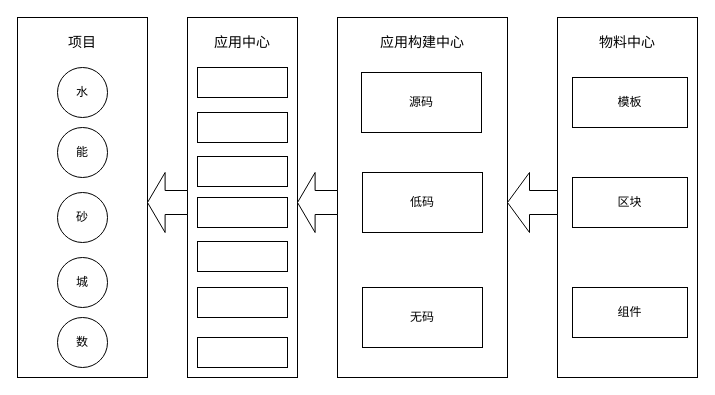
Earlier version of the draw.io diagram 低代码——搭建示意图.drawio (tangyaosimida/love). Source tidied: cells renumbered, new cells numbered last; positions are measured from the earlier drawing's top-left corner, leaving out a move shared by most shapes. Both pictures are drawn from the tidied source at 100%, with x=0, y=0 at pixel (17, 17).
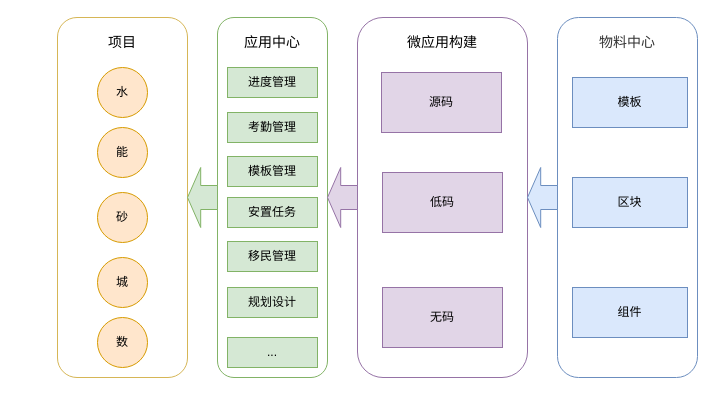
The same page after the edit.

Commit message (it also covers changes not shown here):
更新低代码——搭建示意图.drawio

Diff of the diagram source:
```diff
@@
-    <mxCell id="2" style="rounded=0;whiteSpace=wrap;html=1;" parent="1" vertex="1">
+    <mxCell id="2" style="rounded=1;whiteSpace=wrap;html=1;fillColor=none;strokeColor=#6c8ebf;" parent="1" vertex="1">
       <mxGeometry x="540" width="140" height="360" as="geometry" />
     </mxCell>
-    <mxCell id="3" style="rounded=0;whiteSpace=wrap;html=1;" parent="1" vertex="1">
-      <mxGeometry x="320" width="170" height="360" as="geometry" />
+    <mxCell id="3" style="rounded=1;whiteSpace=wrap;html=1;fillColor=none;strokeColor=#9673a6;" parent="1" vertex="1">
+      <mxGeometry x="340" width="170" height="360" as="geometry" />
     </mxCell>
-    <mxCell id="4" style="rounded=0;whiteSpace=wrap;html=1;" parent="1" vertex="1">
-      <mxGeometry width="130" height="360" as="geometry" />
+    <mxCell id="4" style="rounded=1;whiteSpace=wrap;html=1;fillColor=none;strokeColor=#d6b656;" parent="1" vertex="1">
+      <mxGeometry x="40" width="130" height="360" as="geometry" />
     </mxCell>
-    <mxCell id="5" value="&lt;font style=&quot;font-size: 14px;&quot;&gt;物料中心&lt;/font&gt;" style="text;html=1;align=center;verticalAlign=middle;whiteSpace=wrap;rounded=0;" parent="1" vertex="1">
+    <mxCell id="5" value="&lt;font style=&quot;font-size: 14px;&quot;&gt;物料中心&lt;/font&gt;" style="text;html=1;align=center;verticalAlign=middle;whiteSpace=wrap;rounded=0;fillColor=none;fontColor=#333333;strokeColor=none;" parent="1" vertex="1">
       <mxGeometry x="580" y="10" width="60" height="30" as="geometry" />
     </mxCell>
-    <mxCell id="6" value="模板" style="rounded=0;whiteSpace=wrap;html=1;" parent="1" vertex="1">
+    <mxCell id="6" value="模板" style="rounded=0;whiteSpace=wrap;html=1;fillColor=#dae8fc;strokeColor=#6c8ebf;" parent="1" vertex="1">
       <mxGeometry x="555" y="60" width="115" height="50" as="geometry" />
     </mxCell>
-    <mxCell id="7" value="区块" style="rounded=0;whiteSpace=wrap;html=1;" parent="1" vertex="1">
+    <mxCell id="7" value="区块" style="rounded=0;whiteSpace=wrap;html=1;fillColor=#dae8fc;strokeColor=#6c8ebf;" parent="1" vertex="1">
       <mxGeometry x="555" y="160" width="115" height="50" as="geometry" />
     </mxCell>
-    <mxCell id="8" value="组件" style="rounded=0;whiteSpace=wrap;html=1;" parent="1" vertex="1">
+    <mxCell id="8" value="组件" style="rounded=0;whiteSpace=wrap;html=1;fillColor=#dae8fc;strokeColor=#6c8ebf;" parent="1" vertex="1">
       <mxGeometry x="555" y="270" width="115" height="50" as="geometry" />
     </mxCell>
-    <mxCell id="9" value="水" style="ellipse;whiteSpace=wrap;html=1;" parent="1" vertex="1">
-      <mxGeometry x="40" y="50" width="50" height="50" as="geometry" />
+    <mxCell id="9" value="水" style="ellipse;whiteSpace=wrap;html=1;fillColor=#ffe6cc;strokeColor=#d79b00;" parent="1" vertex="1">
+      <mxGeometry x="80" y="50" width="50" height="50" as="geometry" />
     </mxCell>
-    <mxCell id="10" value="能" style="ellipse;whiteSpace=wrap;html=1;" parent="1" vertex="1">
-      <mxGeometry x="40" y="110" width="50" height="50" as="geometry" />
+    <mxCell id="10" value="能" style="ellipse;whiteSpace=wrap;html=1;fillColor=#ffe6cc;strokeColor=#d79b00;" parent="1" vertex="1">
+      <mxGeometry x="80" y="110" width="50" height="50" as="geometry" />
     </mxCell>
-    <mxCell id="11" value="砂" style="ellipse;whiteSpace=wrap;html=1;" parent="1" vertex="1">
-      <mxGeometry x="40" y="175" width="50" height="50" as="geometry" />
+    <mxCell id="11" value="砂" style="ellipse;whiteSpace=wrap;html=1;fillColor=#ffe6cc;strokeColor=#d79b00;" parent="1" vertex="1">
+      <mxGeometry x="80" y="175" width="50" height="50" as="geometry" />
     </mxCell>
-    <mxCell id="12" value="城" style="ellipse;whiteSpace=wrap;html=1;" parent="1" vertex="1">
-      <mxGeometry x="40" y="240" width="50" height="50" as="geometry" />
+    <mxCell id="12" value="城" style="ellipse;whiteSpace=wrap;html=1;fillColor=#ffe6cc;strokeColor=#d79b00;" parent="1" vertex="1">
+      <mxGeometry x="80" y="240" width="50" height="50" as="geometry" />
     </mxCell>
-    <mxCell id="13" value="数" style="ellipse;whiteSpace=wrap;html=1;" parent="1" vertex="1">
-      <mxGeometry x="40" y="300" width="50" height="50" as="geometry" />
+    <mxCell id="13" value="数" style="ellipse;whiteSpace=wrap;html=1;fillColor=#ffe6cc;strokeColor=#d79b00;" parent="1" vertex="1">
+      <mxGeometry x="80" y="300" width="50" height="50" as="geometry" />
     </mxCell>
-    <mxCell id="14" value="&lt;font style=&quot;font-size: 14px;&quot;&gt;项目&lt;/font&gt;" style="text;html=1;align=center;verticalAlign=middle;whiteSpace=wrap;rounded=0;" parent="1" vertex="1">
-      <mxGeometry x="35" y="10" width="60" height="30" as="geometry" />
+    <mxCell id="14" value="&lt;font style=&quot;font-size: 14px;&quot;&gt;项目&lt;/font&gt;" style="text;html=1;align=center;verticalAlign=middle;whiteSpace=wrap;rounded=0;fillColor=none;strokeColor=none;" parent="1" vertex="1">
+      <mxGeometry x="75" y="10" width="60" height="30" as="geometry" />
     </mxCell>
-    <mxCell id="15" style="rounded=0;whiteSpace=wrap;html=1;" parent="1" vertex="1">
-      <mxGeometry x="170" width="110" height="360" as="geometry" />
+    <mxCell id="15" style="rounded=1;whiteSpace=wrap;html=1;fillColor=none;strokeColor=#82b366;" parent="1" vertex="1">
+      <mxGeometry x="200" width="110" height="360" as="geometry" />
     </mxCell>
-    <mxCell id="16" value="&lt;font style=&quot;font-size: 14px;&quot;&gt;应用中心&lt;/font&gt;" style="text;html=1;align=center;verticalAlign=middle;whiteSpace=wrap;rounded=0;" parent="1" vertex="1">
-      <mxGeometry x="195" y="10" width="60" height="30" as="geometry" />
+    <mxCell id="16" value="&lt;font style=&quot;font-size: 14px;&quot;&gt;应用中心&lt;/font&gt;" style="text;html=1;align=center;verticalAlign=middle;whiteSpace=wrap;rounded=0;fillColor=none;strokeColor=none;" parent="1" vertex="1">
+      <mxGeometry x="225" y="10" width="60" height="30" as="geometry" />
     </mxCell>
-    <mxCell id="17" value="&lt;font style=&quot;font-size: 14px;&quot;&gt;应用构建中心&lt;/font&gt;" style="text;html=1;align=center;verticalAlign=middle;whiteSpace=wrap;rounded=0;" parent="1" vertex="1">
-      <mxGeometry x="356.2" y="10" width="97.5" height="30" as="geometry" />
+    <mxCell id="17" value="&lt;span style=&quot;font-size: 14px;&quot;&gt;微应用构建&lt;/span&gt;" style="text;html=1;align=center;verticalAlign=middle;whiteSpace=wrap;rounded=0;fillColor=none;strokeColor=none;" parent="1" vertex="1">
+      <mxGeometry x="376.2" y="10" width="97.5" height="30" as="geometry" />
     </mxCell>
-    <mxCell id="18" style="rounded=0;whiteSpace=wrap;html=1;" parent="1" vertex="1">
-      <mxGeometry x="180" y="50" width="90" height="30" as="geometry" />
+    <mxCell id="18" value="进度管理" style="rounded=0;whiteSpace=wrap;html=1;fillColor=#d5e8d4;strokeColor=#82b366;" parent="1" vertex="1">
+      <mxGeometry x="210" y="50" width="90" height="30" as="geometry" />
     </mxCell>
-    <mxCell id="19" style="rounded=0;whiteSpace=wrap;html=1;" parent="1" vertex="1">
-      <mxGeometry x="180" y="95" width="90" height="30" as="geometry" />
+    <mxCell id="19" value="考勤管理" style="rounded=0;whiteSpace=wrap;html=1;fillColor=#d5e8d4;strokeColor=#82b366;" parent="1" vertex="1">
+      <mxGeometry x="210" y="95" width="90" height="30" as="geometry" />
     </mxCell>
-    <mxCell id="20" style="rounded=0;whiteSpace=wrap;html=1;" parent="1" vertex="1">
-      <mxGeometry x="180" y="139" width="90" height="30" as="geometry" />
+    <mxCell id="20" value="模板管理" style="rounded=0;whiteSpace=wrap;html=1;fillColor=#d5e8d4;strokeColor=#82b366;" parent="1" vertex="1">
+      <mxGeometry x="210" y="139" width="90" height="30" as="geometry" />
     </mxCell>
-    <mxCell id="21" style="rounded=0;whiteSpace=wrap;html=1;" parent="1" vertex="1">
-      <mxGeometry x="180" y="180" width="90" height="30" as="geometry" />
+    <mxCell id="21" value="安置任务" style="rounded=0;whiteSpace=wrap;html=1;fillColor=#d5e8d4;strokeColor=#82b366;" parent="1" vertex="1">
+      <mxGeometry x="210" y="180" width="90" height="30" as="geometry" />
     </mxCell>
-    <mxCell id="22" style="rounded=0;whiteSpace=wrap;html=1;" parent="1" vertex="1">
-      <mxGeometry x="180" y="224" width="90" height="30" as="geometry" />
+    <mxCell id="22" value="移民管理" style="rounded=0;whiteSpace=wrap;html=1;fillColor=#d5e8d4;strokeColor=#82b366;" parent="1" vertex="1">
+      <mxGeometry x="210" y="224" width="90" height="30" as="geometry" />
     </mxCell>
-    <mxCell id="23" style="rounded=0;whiteSpace=wrap;html=1;" parent="1" vertex="1">
-      <mxGeometry x="180" y="270" width="90" height="30" as="geometry" />
+    <mxCell id="23" value="规划设计" style="rounded=0;whiteSpace=wrap;html=1;fillColor=#d5e8d4;strokeColor=#82b366;" parent="1" vertex="1">
+      <mxGeometry x="210" y="270" width="90" height="30" as="geometry" />
     </mxCell>
-    <mxCell id="24" style="rounded=0;whiteSpace=wrap;html=1;" parent="1" vertex="1">
-      <mxGeometry x="180" y="320" width="90" height="30" as="geometry" />
+    <mxCell id="24" value="..." style="rounded=0;whiteSpace=wrap;html=1;fillColor=#d5e8d4;strokeColor=#82b366;" parent="1" vertex="1">
+      <mxGeometry x="210" y="320" width="90" height="30" as="geometry" />
     </mxCell>
-    <mxCell id="25" value="源码" style="rounded=0;whiteSpace=wrap;html=1;" parent="1" vertex="1">
-      <mxGeometry x="344" y="55" width="120" height="60" as="geometry" />
+    <mxCell id="25" value="源码" style="rounded=0;whiteSpace=wrap;html=1;fillColor=#e1d5e7;strokeColor=#9673a6;" parent="1" vertex="1">
+      <mxGeometry x="364" y="55" width="120" height="60" as="geometry" />
     </mxCell>
-    <mxCell id="26" value="低码" style="rounded=0;whiteSpace=wrap;html=1;" parent="1" vertex="1">
-      <mxGeometry x="345" y="155" width="120" height="60" as="geometry" />
+    <mxCell id="26" value="低码" style="rounded=0;whiteSpace=wrap;html=1;fillColor=#e1d5e7;strokeColor=#9673a6;" parent="1" vertex="1">
+      <mxGeometry x="365" y="155" width="120" height="60" as="geometry" />
     </mxCell>
-    <mxCell id="27" value="无码" style="rounded=0;whiteSpace=wrap;html=1;" parent="1" vertex="1">
-      <mxGeometry x="345" y="270" width="120" height="60" as="geometry" />
+    <mxCell id="27" value="无码" style="rounded=0;whiteSpace=wrap;html=1;fillColor=#e1d5e7;strokeColor=#9673a6;" parent="1" vertex="1">
+      <mxGeometry x="365" y="270" width="120" height="60" as="geometry" />
     </mxCell>
-    <mxCell id="28" style="shape=singleArrow;direction=west;whiteSpace=wrap;html=1;arrowWidth=0.4;arrowSize=0.44;" parent="1" vertex="1">
-      <mxGeometry x="490" y="155" width="50" height="60" as="geometry" />
+    <mxCell id="28" style="shape=singleArrow;direction=west;whiteSpace=wrap;html=1;arrowWidth=0.4;arrowSize=0.44;fillColor=#dae8fc;strokeColor=#6c8ebf;" parent="1" vertex="1">
+      <mxGeometry x="510" y="150" width="30" height="60" as="geometry" />
     </mxCell>
-    <mxCell id="29" style="shape=singleArrow;direction=west;whiteSpace=wrap;html=1;arrowWidth=0.4;arrowSize=0.44;" parent="1" vertex="1">
-      <mxGeometry x="280" y="155" width="40" height="60" as="geometry" />
+    <mxCell id="29" style="shape=singleArrow;direction=west;whiteSpace=wrap;html=1;arrowWidth=0.4;arrowSize=0.44;fillColor=#e1d5e7;strokeColor=#9673a6;" parent="1" vertex="1">
+      <mxGeometry x="310" y="150" width="30" height="60" as="geometry" />
     </mxCell>
-    <mxCell id="30" style="shape=singleArrow;direction=west;whiteSpace=wrap;html=1;arrowWidth=0.4;arrowSize=0.44;" parent="1" vertex="1">
-      <mxGeometry x="130" y="155" width="40" height="60" as="geometry" />
+    <mxCell id="30" style="shape=singleArrow;direction=west;whiteSpace=wrap;html=1;arrowWidth=0.4;arrowSize=0.44;fillColor=#d5e8d4;strokeColor=#82b366;" parent="1" vertex="1">
+      <mxGeometry x="170" y="150" width="30" height="60" as="geometry" />
     </mxCell>
```
